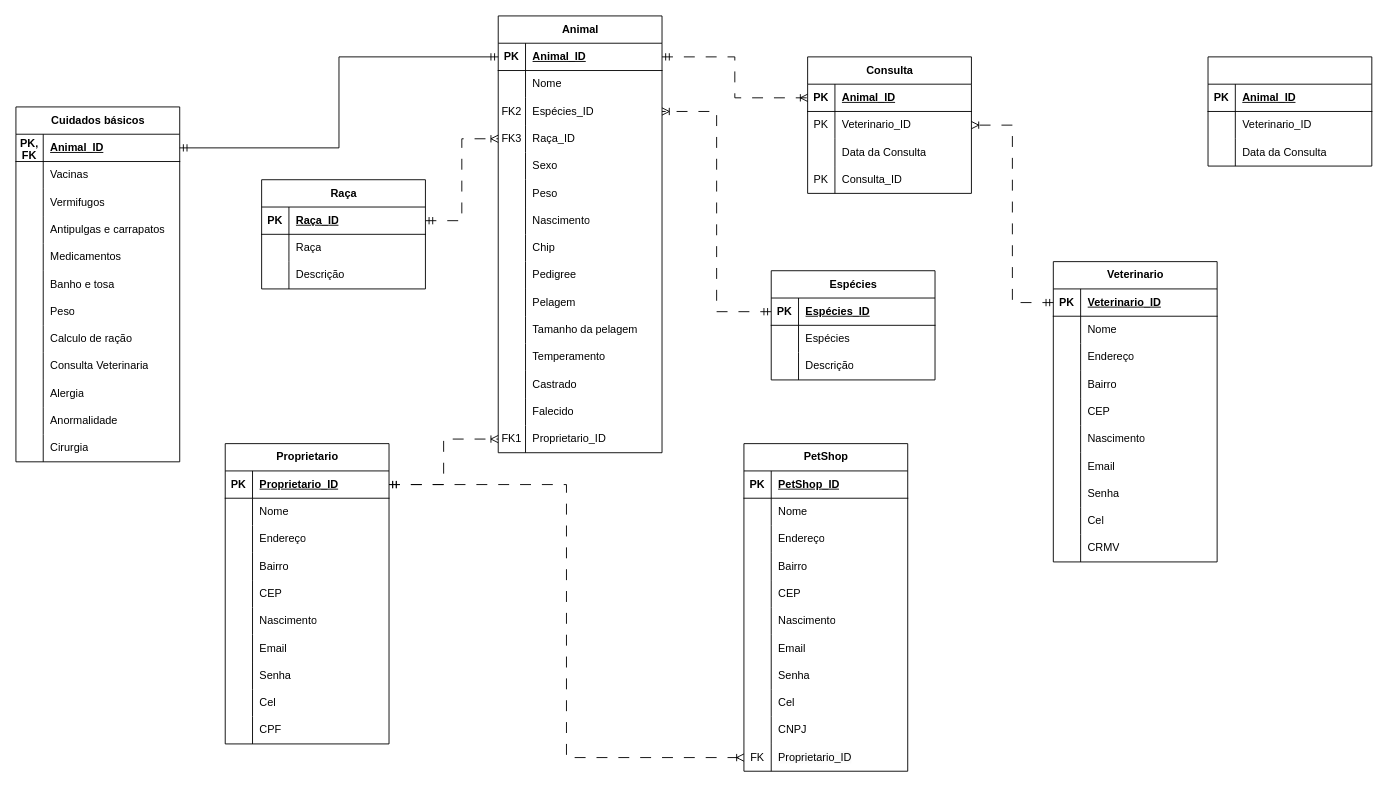
Before: Projeto_Final/Cópia do My Pet.drawio in 18carica/IFSP, a draw.io diagram. Source tidied: cells renumbered, new cells numbered last; positions are measured from the earlier drawing's top-left corner, leaving out a move shared by most shapes. Both pictures are drawn from the tidied source at 91%, with x=0, y=0 at pixel (15, 15).
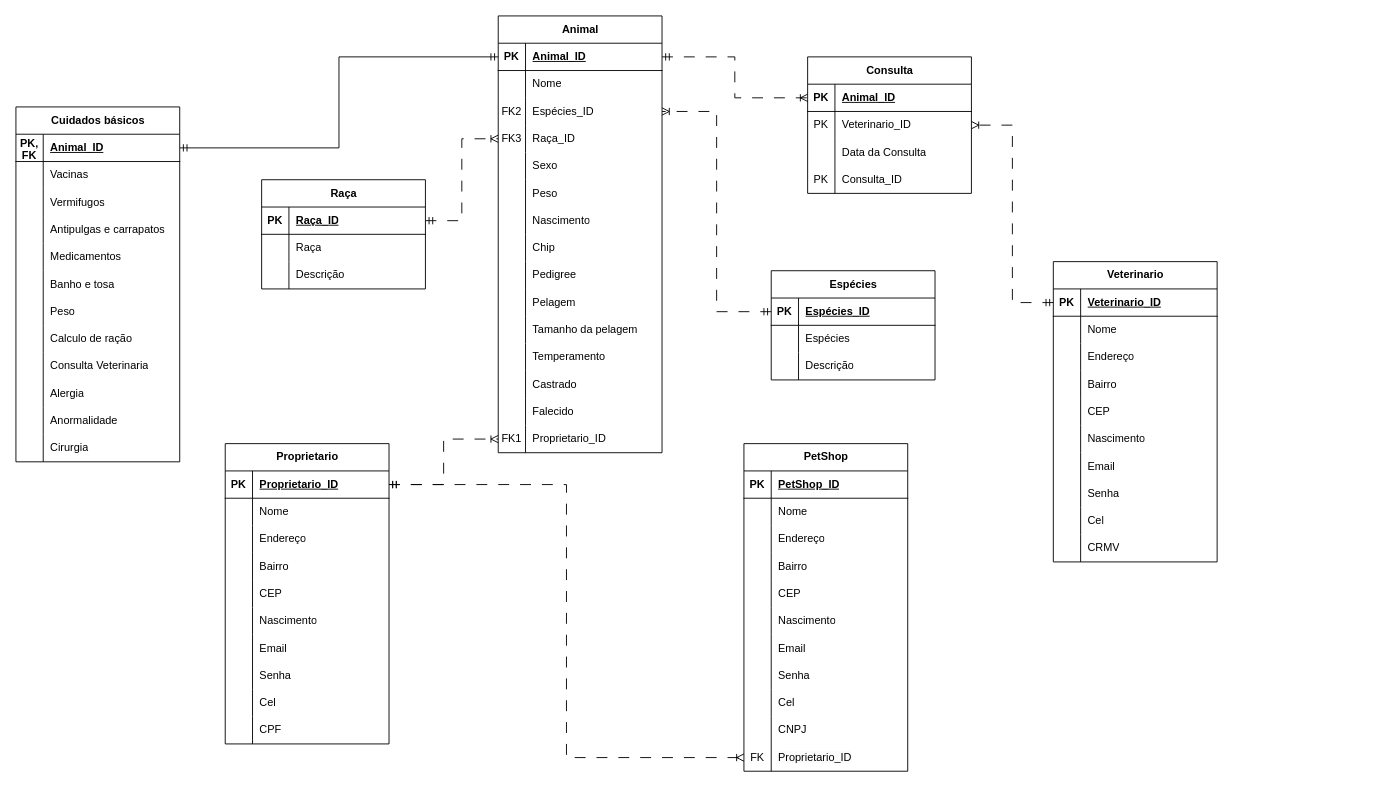
The same page after the edit.

Diff of the diagram source:
```diff
@@
-    <mxCell id="197" style="shape=table;startSize=30;childLayout=tableLayout;rowLines=0;fontStyle=1;align=center;html=1;" parent="1" vertex="1">
-      <mxGeometry x="1310" y="45" width="180" height="120" as="geometry" />
-    </mxCell>
-    <mxCell id="198" style="shape=tableRow;horizontal=0;startSize=0;swimlaneHead=0;swimlaneBody=0;fillColor=none;top=0;left=0;right=0;bottom=1;" parent="197" vertex="1">
-      <mxGeometry y="30" width="180" height="30" as="geometry" />
-    </mxCell>
-    <mxCell id="199" value="PK" style="shape=partialRectangle;fillColor=none;top=0;left=0;bottom=0;right=0;fontStyle=1;overflow=hidden;whiteSpace=wrap;html=1;" parent="198" vertex="1">
-      <mxGeometry width="30" height="30" as="geometry" />
-    </mxCell>
-    <mxCell id="200" value="Animal_ID" style="shape=partialRectangle;fillColor=none;top=0;left=0;bottom=0;right=0;align=left;spacingLeft=6;fontStyle=5;overflow=hidden;whiteSpace=wrap;html=1;" parent="198" vertex="1">
-      <mxGeometry x="30" width="150" height="30" as="geometry" />
-    </mxCell>
-    <mxCell id="201" style="shape=tableRow;horizontal=0;startSize=0;swimlaneHead=0;swimlaneBody=0;fillColor=none;top=0;left=0;right=0;bottom=0;" parent="197" vertex="1">
-      <mxGeometry y="60" width="180" height="30" as="geometry" />
-    </mxCell>
-    <mxCell id="202" style="shape=partialRectangle;fillColor=none;top=0;left=0;bottom=0;right=0;overflow=hidden;whiteSpace=wrap;html=1;" parent="201" vertex="1">
-      <mxGeometry width="30" height="30" as="geometry" />
-    </mxCell>
-    <mxCell id="203" value="Veterinario_ID" style="shape=partialRectangle;fillColor=none;top=0;left=0;bottom=0;right=0;align=left;spacingLeft=6;overflow=hidden;whiteSpace=wrap;html=1;" parent="201" vertex="1">
-      <mxGeometry x="30" width="150" height="30" as="geometry" />
-    </mxCell>
-    <mxCell id="204" style="shape=tableRow;horizontal=0;startSize=0;swimlaneHead=0;swimlaneBody=0;fillColor=none;top=0;left=0;right=0;bottom=0;" parent="197" vertex="1">
-      <mxGeometry y="90" width="180" height="30" as="geometry" />
-    </mxCell>
-    <mxCell id="205" style="shape=partialRectangle;fillColor=none;top=0;left=0;bottom=0;right=0;overflow=hidden;whiteSpace=wrap;html=1;" parent="204" vertex="1">
-      <mxGeometry width="30" height="30" as="geometry" />
-    </mxCell>
-    <mxCell id="206" value="Data da Consulta" style="shape=partialRectangle;fillColor=none;top=0;left=0;bottom=0;right=0;align=left;spacingLeft=6;overflow=hidden;whiteSpace=wrap;html=1;" parent="204" vertex="1">
-      <mxGeometry x="30" width="150" height="30" as="geometry" />
-    </mxCell>
```
